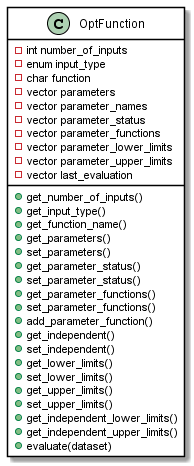
Before: optimisation/design/images/OptFunction_diagram.png, a diagram exported from PlantUML (pace-neutrons/pace-developers).
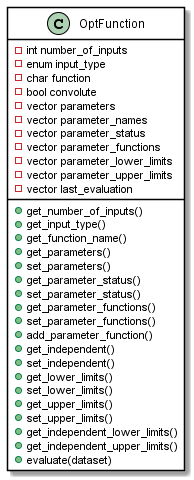
Above is the later version.

Commit message:
Fixed typos, added note about function convolution

Recorded idea of 'reduced' per-dataset residuals and Jacobia for
optimisers which request these per-observation and where delivering them
for all pixels in the sqw(s) would be bad (too many pixels, too slow
communication from nodes, etc.)

What changed in the source:
```diff
@@ -10,6 +10,7 @@
 - int number_of_inputs
 - enum input_type
 - char function
+- bool convolute
 - vector parameters
 - vector parameter_names
 - vector parameter_status
```
